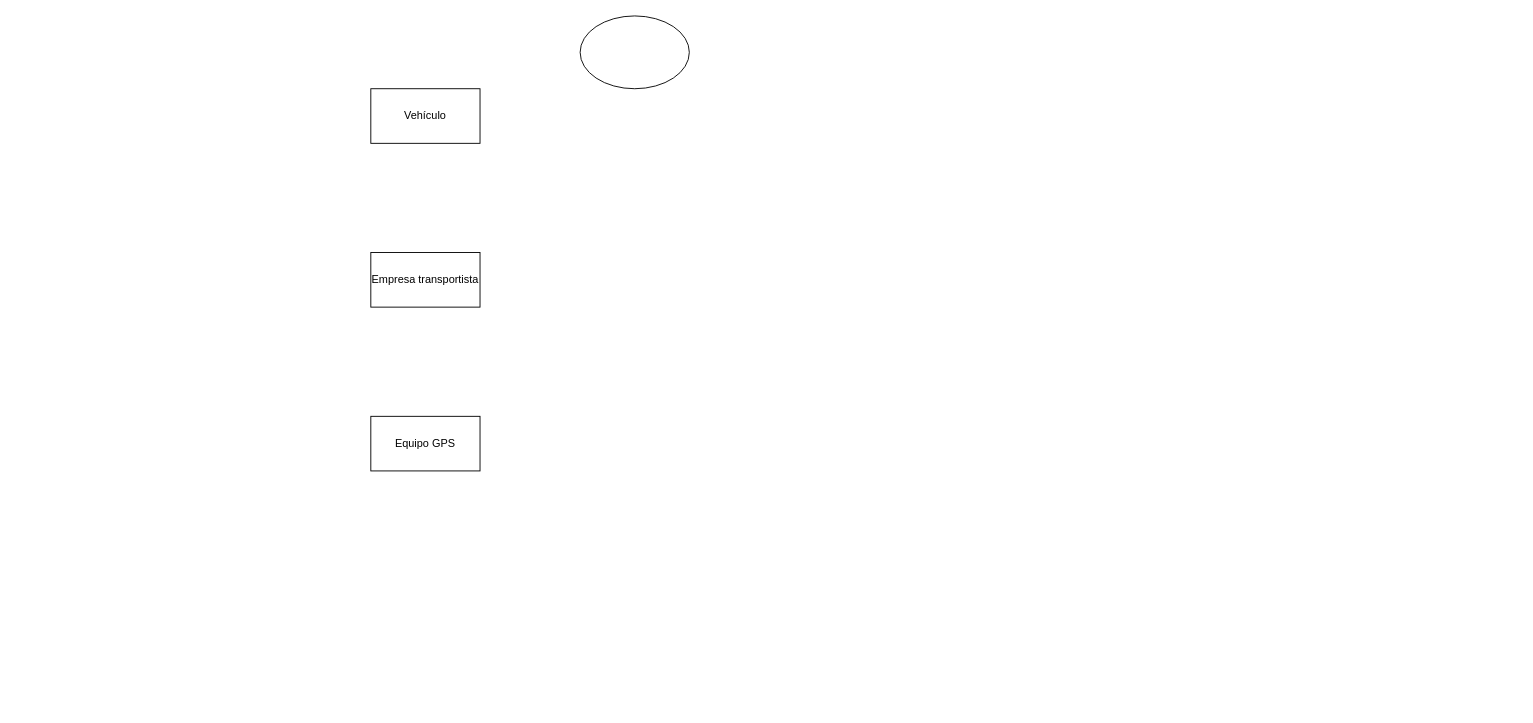
The draw.io diagram Primera clase.drawio in Mundrack/Diagramas-DrawIO, before the edit. Source tidied: cells renumbered, new cells numbered last; positions are measured from the earlier drawing's top-left corner, leaving out a move shared by most shapes. Both pictures are drawn from the tidied source at 91%, with x=0, y=0 at pixel (370, 15).
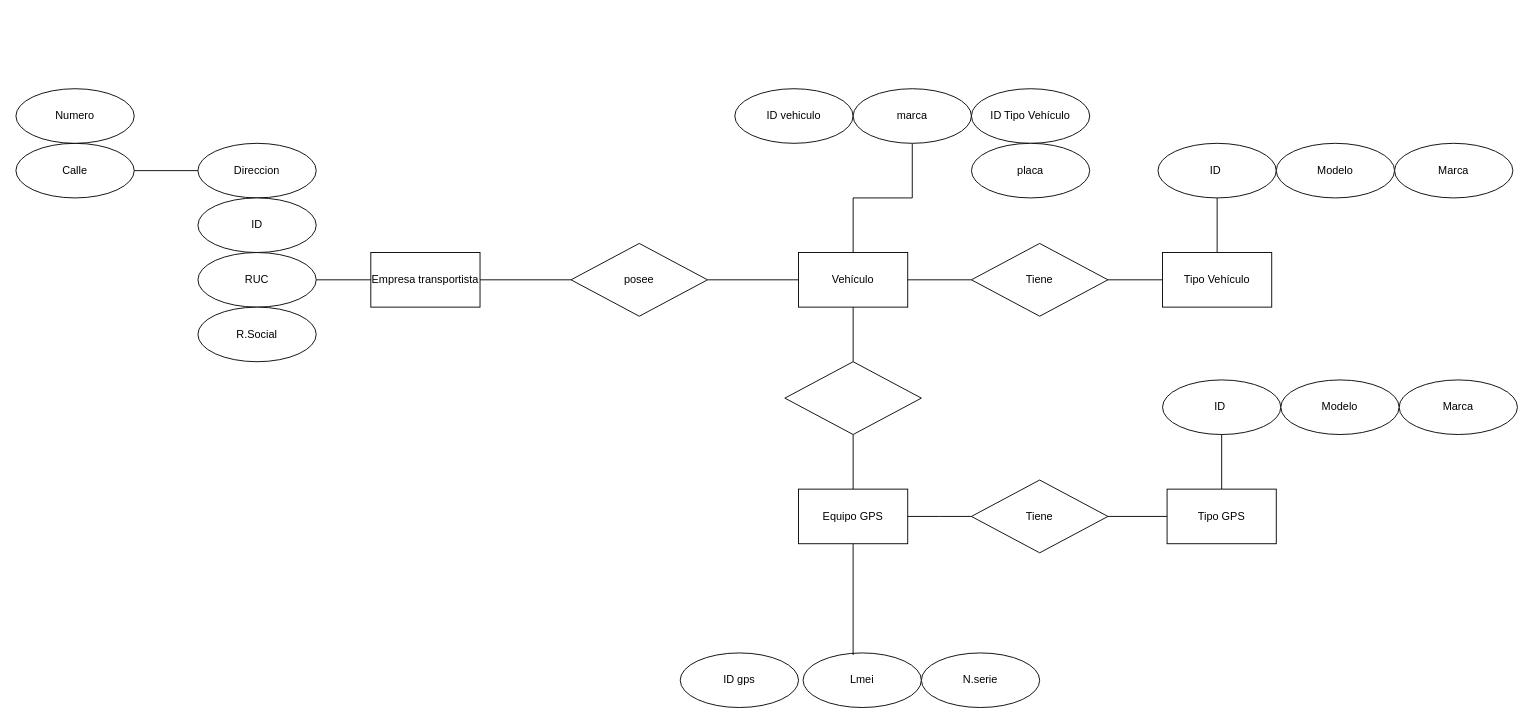
After the change.

The change refers to these unchanged cells:
```xml
<mxCell id="3" value="Empresa transportista" style="rounded=0;whiteSpace=wrap;html=1;" parent="1" vertex="1">
  <mxGeometry y="260" width="120" height="60" as="geometry" />
</mxCell>
```

The edit, as a diff of the source:
```diff
@@
+    <mxCell id="6" style="edgeStyle=orthogonalEdgeStyle;rounded=0;jettySize=auto;html=1;entryX=0.5;entryY=1;entryDx=0;entryDy=0;endArrow=none;startFill=0;" parent="1" edge="1" source="2" target="13">
+      <mxGeometry relative="1" as="geometry" />
+    </mxCell>
     <mxCell id="2" value="Vehículo" style="rounded=0;whiteSpace=wrap;html=1;" parent="1" vertex="1">
-      <mxGeometry y="80" width="120" height="60" as="geometry" />
+      <mxGeometry x="470" y="260" width="120" height="60" as="geometry" />
     </mxCell>
+    <mxCell id="7" style="edgeStyle=orthogonalEdgeStyle;rounded=0;jettySize=auto;html=1;entryX=0;entryY=0.5;entryDx=0;entryDy=0;endArrow=none;startFill=0;" parent="1" edge="1" source="3" target="9">
+      <mxGeometry relative="1" as="geometry" />
+    </mxCell>
@@
     <mxCell id="4" value="Equipo GPS" style="rounded=0;whiteSpace=wrap;html=1;" parent="1" vertex="1">
-      <mxGeometry y="440" width="120" height="60" as="geometry" />
+      <mxGeometry x="470" y="520" width="120" height="60" as="geometry" />
     </mxCell>
-    <mxCell id="5" style="ellipse;whiteSpace=wrap;html=1;" parent="1" vertex="1">
-      <mxGeometry x="230" width="120" height="80" as="geometry" />
+    <mxCell id="5" value="ID vehiculo" style="ellipse;whiteSpace=wrap;html=1;" parent="1" vertex="1">
+      <mxGeometry x="400" y="80" width="130" height="60" as="geometry" />
     </mxCell>
+    <mxCell id="8" style="edgeStyle=orthogonalEdgeStyle;rounded=0;jettySize=auto;html=1;entryX=0;entryY=0.5;entryDx=0;entryDy=0;endArrow=none;startFill=0;" parent="1" edge="1" source="9" target="2">
+      <mxGeometry relative="1" as="geometry" />
+    </mxCell>
+    <mxCell id="9" value="posee" style="rhombus;whiteSpace=wrap;html=1;" parent="1" vertex="1">
+      <mxGeometry x="220" y="250" width="150" height="80" as="geometry" />
+    </mxCell>
+    <mxCell id="10" style="edgeStyle=orthogonalEdgeStyle;rounded=0;jettySize=auto;html=1;endArrow=none;startFill=0;" parent="1" edge="1" source="12" target="2">
+      <mxGeometry relative="1" as="geometry" />
+    </mxCell>
+    <mxCell id="11" style="edgeStyle=orthogonalEdgeStyle;rounded=0;jettySize=auto;html=1;entryX=0.5;entryY=0;entryDx=0;entryDy=0;endArrow=none;startFill=0;" parent="1" edge="1" source="12" target="4">
+      <mxGeometry relative="1" as="geometry" />
+    </mxCell>
+    <mxCell id="12" style="rhombus;whiteSpace=wrap;html=1;" parent="1" vertex="1">
+      <mxGeometry x="455" y="380" width="150" height="80" as="geometry" />
+    </mxCell>
+    <mxCell id="13" value="marca" style="ellipse;whiteSpace=wrap;html=1;" parent="1" vertex="1">
+      <mxGeometry x="530" y="80" width="130" height="60" as="geometry" />
+    </mxCell>
+    <mxCell id="14" value="ID gps" style="ellipse;whiteSpace=wrap;html=1;" parent="1" vertex="1">
+      <mxGeometry x="340" y="700" width="130" height="60" as="geometry" />
+    </mxCell>
+    <mxCell id="15" value="ID Tipo Vehículo" style="ellipse;whiteSpace=wrap;html=1;" parent="1" vertex="1">
+      <mxGeometry x="660" y="80" width="130" height="60" as="geometry" />
+    </mxCell>
+    <mxCell id="16" value="placa" style="ellipse;whiteSpace=wrap;html=1;" parent="1" vertex="1">
+      <mxGeometry x="660" y="140" width="130" height="60" as="geometry" />
+    </mxCell>
+    <mxCell id="17" value="Lmei" style="ellipse;whiteSpace=wrap;html=1;" parent="1" vertex="1">
+      <mxGeometry x="475" y="700" width="130" height="60" as="geometry" />
+    </mxCell>
+    <mxCell id="18" value="N.serie" style="ellipse;whiteSpace=wrap;html=1;" parent="1" vertex="1">
+      <mxGeometry x="605" y="700" width="130" height="60" as="geometry" />
+    </mxCell>
+    <mxCell id="19" style="edgeStyle=orthogonalEdgeStyle;rounded=0;jettySize=auto;html=1;entryX=0.423;entryY=0.038;entryDx=0;entryDy=0;entryPerimeter=0;endArrow=none;startFill=0;" parent="1" edge="1" source="4" target="17">
+      <mxGeometry relative="1" as="geometry" />
+    </mxCell>
+    <mxCell id="20" value="Direccion" style="ellipse;whiteSpace=wrap;html=1;" parent="1" vertex="1">
+      <mxGeometry x="-190" y="140" width="130" height="60" as="geometry" />
+    </mxCell>
+    <mxCell id="21" value="ID" style="ellipse;whiteSpace=wrap;html=1;" parent="1" vertex="1">
+      <mxGeometry x="-190" y="200" width="130" height="60" as="geometry" />
+    </mxCell>
+    <mxCell id="22" style="edgeStyle=orthogonalEdgeStyle;rounded=0;jettySize=auto;html=1;endArrow=none;startFill=0;" parent="1" edge="1" source="23" target="3">
+      <mxGeometry relative="1" as="geometry" />
+    </mxCell>
+    <mxCell id="23" value="RUC" style="ellipse;whiteSpace=wrap;html=1;" parent="1" vertex="1">
+      <mxGeometry x="-190" y="260" width="130" height="60" as="geometry" />
+    </mxCell>
+    <mxCell id="24" value="R.Social" style="ellipse;whiteSpace=wrap;html=1;" parent="1" vertex="1">
+      <mxGeometry x="-190" y="320" width="130" height="60" as="geometry" />
+    </mxCell>
+    <mxCell id="25" style="edgeStyle=orthogonalEdgeStyle;rounded=0;jettySize=auto;html=1;entryX=0;entryY=0.5;entryDx=0;entryDy=0;endArrow=none;startFill=0;" parent="1" edge="1" source="26" target="20">
+      <mxGeometry relative="1" as="geometry" />
+    </mxCell>
+    <mxCell id="26" value="Calle" style="ellipse;whiteSpace=wrap;html=1;" parent="1" vertex="1">
+      <mxGeometry x="-390" y="140" width="130" height="60" as="geometry" />
+    </mxCell>
+    <mxCell id="27" value="Numero" style="ellipse;whiteSpace=wrap;html=1;" parent="1" vertex="1">
+      <mxGeometry x="-390" y="80" width="130" height="60" as="geometry" />
+    </mxCell>
+    <mxCell id="28" style="edgeStyle=orthogonalEdgeStyle;rounded=0;jettySize=auto;html=1;entryX=0.5;entryY=1;entryDx=0;entryDy=0;endArrow=none;startFill=0;" parent="1" edge="1" source="29" target="33">
+      <mxGeometry relative="1" as="geometry" />
+    </mxCell>
+    <mxCell id="29" value="Tipo Vehículo" style="rounded=0;whiteSpace=wrap;html=1;" parent="1" vertex="1">
+      <mxGeometry x="870" y="260" width="120" height="60" as="geometry" />
+    </mxCell>
+    <mxCell id="30" style="edgeStyle=orthogonalEdgeStyle;rounded=0;jettySize=auto;html=1;endArrow=none;startFill=0;" parent="1" edge="1" source="32" target="2">
+      <mxGeometry relative="1" as="geometry" />
+    </mxCell>
+    <mxCell id="31" style="edgeStyle=orthogonalEdgeStyle;rounded=0;jettySize=auto;html=1;entryX=0;entryY=0.5;entryDx=0;entryDy=0;endArrow=none;startFill=0;" parent="1" edge="1" source="32" target="29">
+      <mxGeometry relative="1" as="geometry" />
+    </mxCell>
+    <mxCell id="32" value="Tiene" style="rhombus;whiteSpace=wrap;html=1;" parent="1" vertex="1">
+      <mxGeometry x="660" y="250" width="150" height="80" as="geometry" />
+    </mxCell>
+    <mxCell id="33" value="ID&amp;nbsp;" style="ellipse;whiteSpace=wrap;html=1;" parent="1" vertex="1">
+      <mxGeometry x="865" y="140" width="130" height="60" as="geometry" />
+    </mxCell>
+    <mxCell id="34" value="Marca" style="ellipse;whiteSpace=wrap;html=1;" parent="1" vertex="1">
+      <mxGeometry x="1125" y="140" width="130" height="60" as="geometry" />
+    </mxCell>
+    <mxCell id="35" value="Modelo" style="ellipse;whiteSpace=wrap;html=1;" parent="1" vertex="1">
+      <mxGeometry x="995" y="140" width="130" height="60" as="geometry" />
+    </mxCell>
+    <mxCell id="36" style="edgeStyle=orthogonalEdgeStyle;rounded=0;jettySize=auto;html=1;entryX=0.5;entryY=1;entryDx=0;entryDy=0;endArrow=none;startFill=0;" parent="1" edge="1" source="37" target="38">
+      <mxGeometry relative="1" as="geometry" />
+    </mxCell>
+    <mxCell id="37" value="Tipo GPS" style="rounded=0;whiteSpace=wrap;html=1;" parent="1" vertex="1">
+      <mxGeometry x="875" y="520" width="120" height="60" as="geometry" />
+    </mxCell>
+    <mxCell id="38" value="ID&amp;nbsp;" style="ellipse;whiteSpace=wrap;html=1;" parent="1" vertex="1">
+      <mxGeometry x="870" y="400" width="130" height="60" as="geometry" />
+    </mxCell>
+    <mxCell id="39" value="Marca" style="ellipse;whiteSpace=wrap;html=1;" parent="1" vertex="1">
+      <mxGeometry x="1130" y="400" width="130" height="60" as="geometry" />
+    </mxCell>
+    <mxCell id="40" value="Modelo" style="ellipse;whiteSpace=wrap;html=1;" parent="1" vertex="1">
+      <mxGeometry x="1000" y="400" width="130" height="60" as="geometry" />
+    </mxCell>
+    <mxCell id="41" style="edgeStyle=orthogonalEdgeStyle;rounded=0;jettySize=auto;html=1;entryX=0;entryY=0.5;entryDx=0;entryDy=0;endArrow=none;startFill=0;" parent="1" edge="1" source="42" target="37">
+      <mxGeometry relative="1" as="geometry" />
+    </mxCell>
+    <mxCell id="42" value="Tiene" style="rhombus;whiteSpace=wrap;html=1;" parent="1" vertex="1">
+      <mxGeometry x="660" y="510" width="150" height="80" as="geometry" />
+    </mxCell>
+    <mxCell id="43" style="edgeStyle=orthogonalEdgeStyle;rounded=0;jettySize=auto;html=1;endArrow=none;startFill=0;" parent="1" edge="1" source="4">
+      <mxGeometry relative="1" as="geometry">
+        <mxPoint x="660" y="550" as="targetPoint" />
+      </mxGeometry>
+    </mxCell>
```
